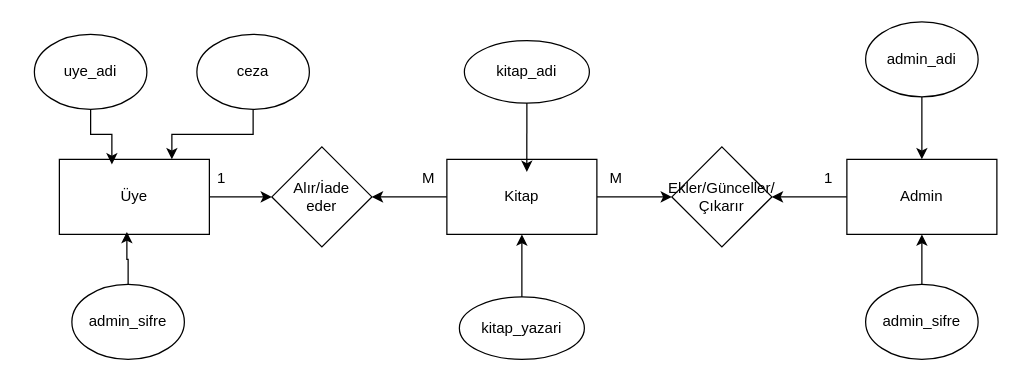
The draw.io diagram ER ilişkisi.drawio in Halilkaya734TR/Library, before the edit. Source tidied: cells renumbered, new cells numbered last; positions are measured from the earlier drawing's top-left corner, leaving out a move shared by most shapes. Both pictures are drawn from the tidied source at 125%, with x=0, y=0 at pixel (34, 21).
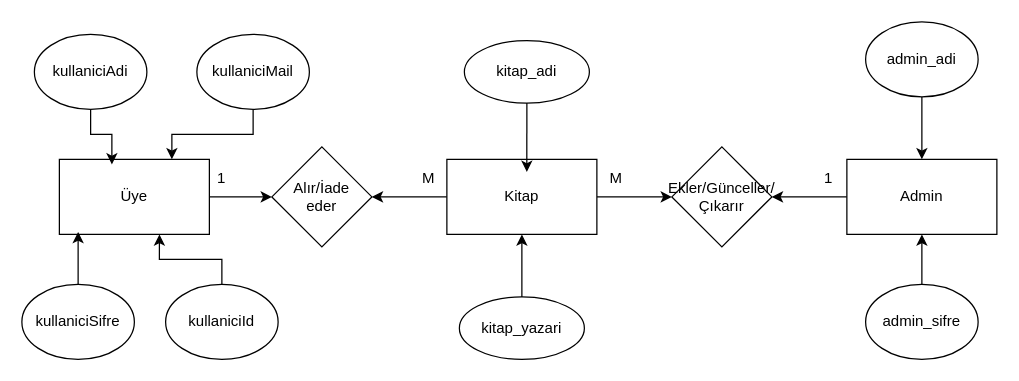
The same page after the edit.

Commit message:
fix:Daha düzgün hale getirildi!(Hala Kötü)

Unchanged cells that the change refers to:
```xml
<mxCell id="6" value="Üye" style="rounded=0;whiteSpace=wrap;html=1;" parent="1" vertex="1">
  <mxGeometry x="20" y="110" width="120" height="60" as="geometry" />
</mxCell>
```

The edit, as a diff of the source:
```diff
@@
-    <mxCell id="15" value="uye_adi" style="ellipse;whiteSpace=wrap;html=1;" parent="1" vertex="1">
+    <mxCell id="15" value="kullaniciAdi" style="ellipse;whiteSpace=wrap;html=1;" parent="1" vertex="1">
       <mxGeometry y="10" width="90" height="60" as="geometry" />
     </mxCell>
-    <mxCell id="16" value="admin_sifre" style="ellipse;whiteSpace=wrap;html=1;" parent="1" vertex="1">
-      <mxGeometry x="30" y="210" width="90" height="60" as="geometry" />
+    <mxCell id="16" value="kullaniciSifre" style="ellipse;whiteSpace=wrap;html=1;" parent="1" vertex="1">
+      <mxGeometry x="-10" y="210" width="90" height="60" as="geometry" />
     </mxCell>
@@
-    <mxCell id="18" value="ceza" style="ellipse;whiteSpace=wrap;html=1;" parent="1" vertex="1">
+    <mxCell id="18" value="kullaniciMail" style="ellipse;whiteSpace=wrap;html=1;" parent="1" vertex="1">
       <mxGeometry x="130" y="10" width="90" height="60" as="geometry" />
     </mxCell>
@@
-    <mxCell id="24" style="edgeStyle=orthogonalEdgeStyle;rounded=0;jettySize=auto;html=1;exitX=0.5;exitY=0;exitDx=0;exitDy=0;entryX=0.45;entryY=0.967;entryDx=0;entryDy=0;entryPerimeter=0;" parent="1" edge="1" source="16" target="6">
-      <mxGeometry relative="1" as="geometry" />
-    </mxCell>
@@
+    <mxCell id="24" style="edgeStyle=orthogonalEdgeStyle;rounded=0;jettySize=auto;html=1;exitX=0.5;exitY=0;exitDx=0;exitDy=0;entryX=0.125;entryY=0.967;entryDx=0;entryDy=0;entryPerimeter=0;" parent="1" edge="1" source="16" target="6">
+      <mxGeometry relative="1" as="geometry" />
+    </mxCell>
+    <mxCell id="29" value="kullaniciId" style="ellipse;whiteSpace=wrap;html=1;" parent="1" vertex="1">
+      <mxGeometry x="105" y="210" width="90" height="60" as="geometry" />
+    </mxCell>
+    <mxCell id="30" style="edgeStyle=orthogonalEdgeStyle;rounded=0;jettySize=auto;html=1;exitX=0.5;exitY=0;exitDx=0;exitDy=0;entryX=0.667;entryY=1;entryDx=0;entryDy=0;entryPerimeter=0;" parent="1" edge="1" source="29" target="6">
+      <mxGeometry relative="1" as="geometry" />
+    </mxCell>
```
